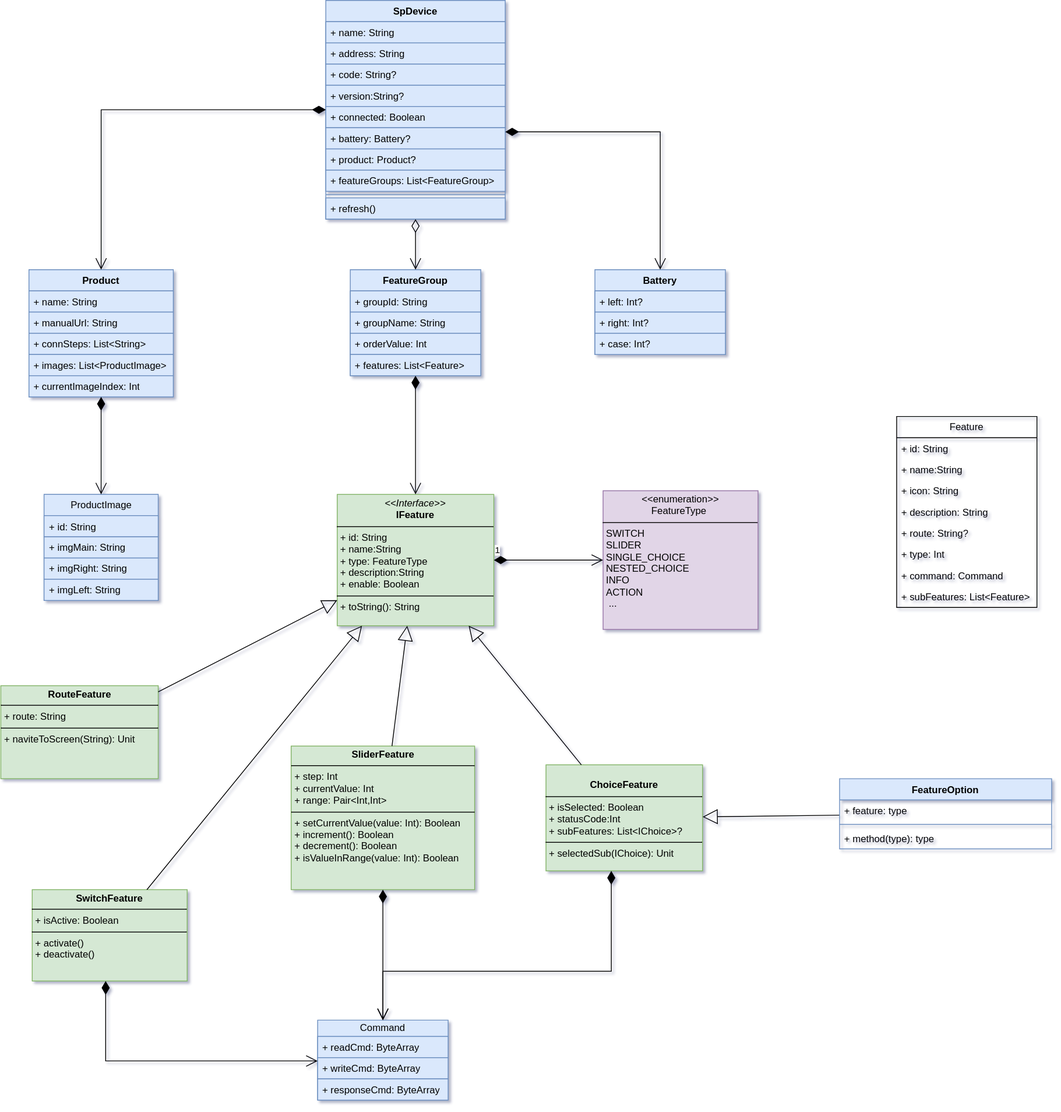
The draw.io diagram sp-device.drawio.svg in kekemao00/draw-libs, before a commit. Source tidied: cells renumbered, new cells last; positions are measured from the earlier drawing's top-left corner, leaving out a move shared by most shapes.
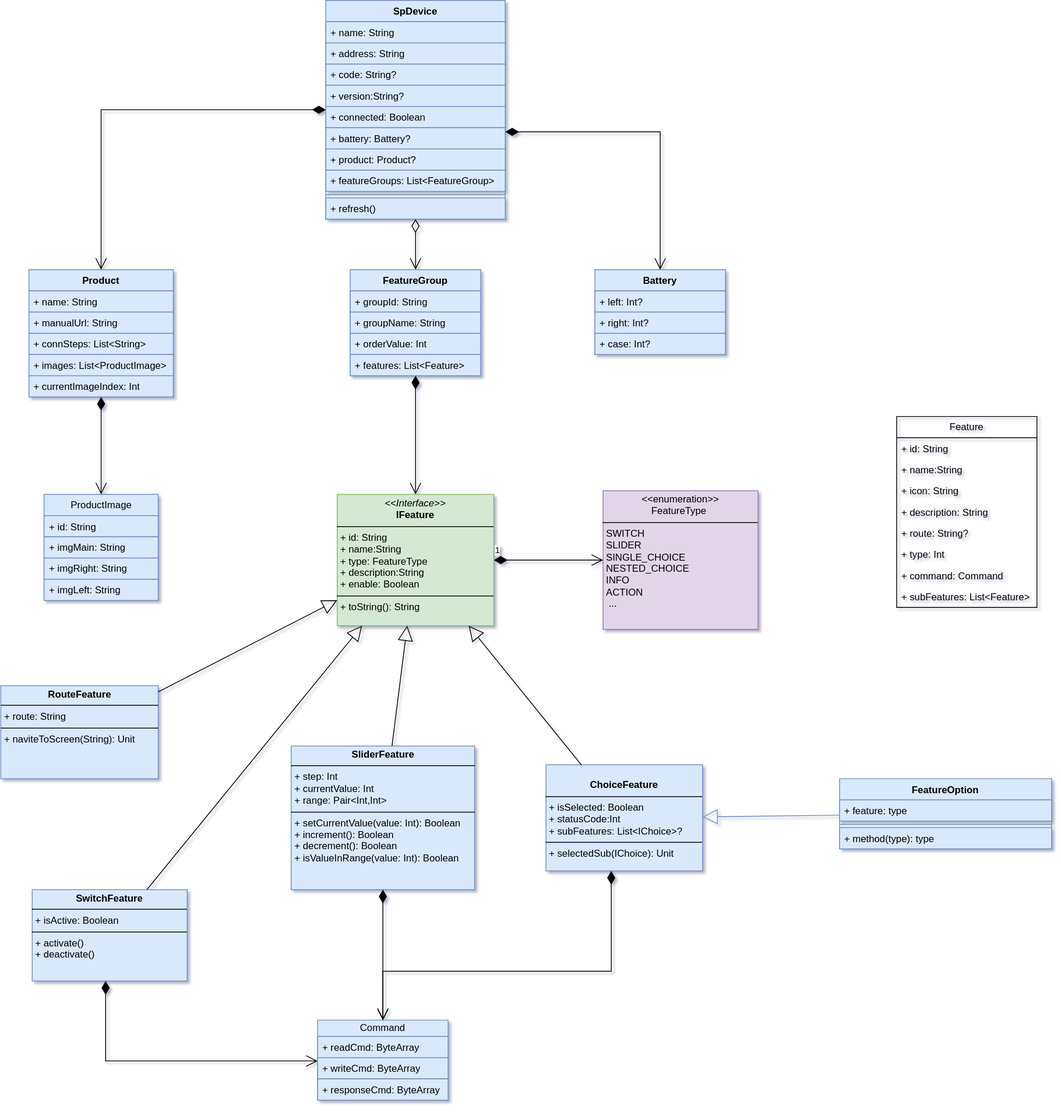
After the change.

Diff of the diagram source:
```diff
@@ -137,16 +137,16 @@
     <mxCell id="46" value="&lt;p style=&quot;margin:0px;margin-top:4px;text-align:center;&quot;&gt;&lt;i&gt;&amp;lt;&amp;lt;Interface&amp;gt;&amp;gt;&lt;/i&gt;&lt;br&gt;&lt;b&gt;IFeature&lt;/b&gt;&lt;/p&gt;&lt;hr size=&quot;1&quot; style=&quot;border-style:solid;&quot;&gt;&lt;p style=&quot;margin:0px;margin-left:4px;&quot;&gt;+ id: String&lt;br&gt;+ name:String&lt;br&gt;+ type:&amp;nbsp;&lt;span style=&quot;text-align: center;&quot;&gt;FeatureType&amp;nbsp;&lt;/span&gt;&lt;br&gt;+ description:String&lt;br&gt;+&amp;nbsp;enable: Boolean&lt;/p&gt;&lt;hr size=&quot;1&quot; style=&quot;border-style:solid;&quot;&gt;&lt;p style=&quot;margin:0px;margin-left:4px;&quot;&gt;+ toString(): String&lt;br&gt;&lt;/p&gt;" style="verticalAlign=top;align=left;overflow=fill;html=1;whiteSpace=wrap;fillColor=#d5e8d4;strokeColor=#82b366;" parent="1" vertex="1">
       <mxGeometry x="412" y="605.5" width="192" height="161" as="geometry" />
     </mxCell>
-    <mxCell id="47" value="&lt;p style=&quot;margin:0px;margin-top:4px;text-align:center;&quot;&gt;&lt;b&gt;RouteFeature&lt;/b&gt;&lt;/p&gt;&lt;hr size=&quot;1&quot; style=&quot;border-style:solid;&quot;&gt;&lt;p style=&quot;margin:0px;margin-left:4px;&quot;&gt;+ route: String&lt;/p&gt;&lt;hr size=&quot;1&quot; style=&quot;border-style:solid;&quot;&gt;&lt;p style=&quot;margin:0px;margin-left:4px;&quot;&gt;+ naviteToScreen(String): Unit&lt;br&gt;&lt;/p&gt;" style="verticalAlign=top;align=left;overflow=fill;html=1;whiteSpace=wrap;fillColor=#d5e8d4;strokeColor=#82b366;" parent="1" vertex="1">
+    <mxCell id="47" value="&lt;p style=&quot;margin:0px;margin-top:4px;text-align:center;&quot;&gt;&lt;b&gt;RouteFeature&lt;/b&gt;&lt;/p&gt;&lt;hr size=&quot;1&quot; style=&quot;border-style:solid;&quot;&gt;&lt;p style=&quot;margin:0px;margin-left:4px;&quot;&gt;+ route: String&lt;/p&gt;&lt;hr size=&quot;1&quot; style=&quot;border-style:solid;&quot;&gt;&lt;p style=&quot;margin:0px;margin-left:4px;&quot;&gt;+ naviteToScreen(String): Unit&lt;br&gt;&lt;/p&gt;" style="verticalAlign=top;align=left;overflow=fill;html=1;whiteSpace=wrap;fillColor=#dae8fc;strokeColor=#6c8ebf;" parent="1" vertex="1">
       <mxGeometry x="-0.5" y="840" width="193" height="114" as="geometry" />
     </mxCell>
-    <mxCell id="48" value="&lt;p style=&quot;margin:0px;margin-top:4px;text-align:center;&quot;&gt;&lt;br&gt;&lt;b&gt;ChoiceFeature&lt;/b&gt;&lt;/p&gt;&lt;hr size=&quot;1&quot; style=&quot;border-style:solid;&quot;&gt;&lt;p style=&quot;margin:0px;margin-left:4px;&quot;&gt;+ isSelected: Boolean&lt;br&gt;+ statusCode:Int&lt;br&gt;+ subFeatures: List&amp;lt;IChoice&amp;gt;?&lt;/p&gt;&lt;hr size=&quot;1&quot; style=&quot;border-style:solid;&quot;&gt;&lt;p style=&quot;margin:0px;margin-left:4px;&quot;&gt;+ selectedSub(IChoice): Unit&lt;br&gt;&lt;/p&gt;" style="verticalAlign=top;align=left;overflow=fill;html=1;whiteSpace=wrap;fillColor=#d5e8d4;strokeColor=#82b366;" parent="1" vertex="1">
+    <mxCell id="48" value="&lt;p style=&quot;margin:0px;margin-top:4px;text-align:center;&quot;&gt;&lt;br&gt;&lt;b&gt;ChoiceFeature&lt;/b&gt;&lt;/p&gt;&lt;hr size=&quot;1&quot; style=&quot;border-style:solid;&quot;&gt;&lt;p style=&quot;margin:0px;margin-left:4px;&quot;&gt;+ isSelected: Boolean&lt;br&gt;+ statusCode:Int&lt;br&gt;+ subFeatures: List&amp;lt;IChoice&amp;gt;?&lt;/p&gt;&lt;hr size=&quot;1&quot; style=&quot;border-style:solid;&quot;&gt;&lt;p style=&quot;margin:0px;margin-left:4px;&quot;&gt;+ selectedSub(IChoice): Unit&lt;br&gt;&lt;/p&gt;" style="verticalAlign=top;align=left;overflow=fill;html=1;whiteSpace=wrap;fillColor=#dae8fc;strokeColor=#6c8ebf;" parent="1" vertex="1">
       <mxGeometry x="668" y="937" width="192" height="130" as="geometry" />
     </mxCell>
-    <mxCell id="49" value="&lt;p style=&quot;margin:0px;margin-top:4px;text-align:center;&quot;&gt;&lt;b&gt;SwitchFeature&lt;/b&gt;&lt;/p&gt;&lt;hr size=&quot;1&quot; style=&quot;border-style:solid;&quot;&gt;&lt;p style=&quot;margin:0px;margin-left:4px;&quot;&gt;+ isActive: Boolean&lt;br&gt;&lt;/p&gt;&lt;hr size=&quot;1&quot; style=&quot;border-style:solid;&quot;&gt;&lt;p style=&quot;margin:0px;margin-left:4px;&quot;&gt;+ activate()&lt;br&gt;+ deactivate()&lt;/p&gt;" style="verticalAlign=top;align=left;overflow=fill;html=1;whiteSpace=wrap;fillColor=#d5e8d4;strokeColor=#82b366;" parent="1" vertex="1">
+    <mxCell id="49" value="&lt;p style=&quot;margin:0px;margin-top:4px;text-align:center;&quot;&gt;&lt;b&gt;SwitchFeature&lt;/b&gt;&lt;/p&gt;&lt;hr size=&quot;1&quot; style=&quot;border-style:solid;&quot;&gt;&lt;p style=&quot;margin:0px;margin-left:4px;&quot;&gt;+ isActive: Boolean&lt;br&gt;&lt;/p&gt;&lt;hr size=&quot;1&quot; style=&quot;border-style:solid;&quot;&gt;&lt;p style=&quot;margin:0px;margin-left:4px;&quot;&gt;+ activate()&lt;br&gt;+ deactivate()&lt;/p&gt;" style="verticalAlign=top;align=left;overflow=fill;html=1;whiteSpace=wrap;fillColor=#dae8fc;strokeColor=#6c8ebf;" parent="1" vertex="1">
       <mxGeometry x="38" y="1090" width="190" height="112" as="geometry" />
     </mxCell>
-    <mxCell id="50" value="&lt;p style=&quot;margin:0px;margin-top:4px;text-align:center;&quot;&gt;&lt;b&gt;SliderFeature&lt;/b&gt;&lt;/p&gt;&lt;hr size=&quot;1&quot; style=&quot;border-style:solid;&quot;&gt;&lt;p style=&quot;margin:0px;margin-left:4px;&quot;&gt;+&amp;nbsp;step: Int&lt;br&gt;+&amp;nbsp;currentValue: Int&lt;br&gt;+ range: Pair&amp;lt;Int,Int&amp;gt;&lt;/p&gt;&lt;hr size=&quot;1&quot; style=&quot;border-style:solid;&quot;&gt;&lt;p style=&quot;margin:0px;margin-left:4px;&quot;&gt;+ setCurrentValue(value: Int): Boolean&lt;/p&gt;&lt;p style=&quot;margin:0px;margin-left:4px;&quot;&gt;+ increment(): Boolean&lt;/p&gt;&lt;p style=&quot;margin:0px;margin-left:4px;&quot;&gt;+ decrement(): Boolean&lt;/p&gt;&lt;p style=&quot;margin:0px;margin-left:4px;&quot;&gt;+ isValueInRange(value: Int): Boolean&lt;/p&gt;" style="verticalAlign=top;align=left;overflow=fill;html=1;whiteSpace=wrap;fillColor=#d5e8d4;strokeColor=#82b366;" parent="1" vertex="1">
+    <mxCell id="50" value="&lt;p style=&quot;margin:0px;margin-top:4px;text-align:center;&quot;&gt;&lt;b&gt;SliderFeature&lt;/b&gt;&lt;/p&gt;&lt;hr size=&quot;1&quot; style=&quot;border-style:solid;&quot;&gt;&lt;p style=&quot;margin:0px;margin-left:4px;&quot;&gt;+&amp;nbsp;step: Int&lt;br&gt;+&amp;nbsp;currentValue: Int&lt;br&gt;+ range: Pair&amp;lt;Int,Int&amp;gt;&lt;/p&gt;&lt;hr size=&quot;1&quot; style=&quot;border-style:solid;&quot;&gt;&lt;p style=&quot;margin:0px;margin-left:4px;&quot;&gt;+ setCurrentValue(value: Int): Boolean&lt;/p&gt;&lt;p style=&quot;margin:0px;margin-left:4px;&quot;&gt;+ increment(): Boolean&lt;/p&gt;&lt;p style=&quot;margin:0px;margin-left:4px;&quot;&gt;+ decrement(): Boolean&lt;/p&gt;&lt;p style=&quot;margin:0px;margin-left:4px;&quot;&gt;+ isValueInRange(value: Int): Boolean&lt;/p&gt;" style="verticalAlign=top;align=left;overflow=fill;html=1;whiteSpace=wrap;fillColor=#dae8fc;strokeColor=#6c8ebf;" parent="1" vertex="1">
       <mxGeometry x="355.5" y="914" width="225" height="176" as="geometry" />
     </mxCell>
     <mxCell id="51" style="endArrow=open;html=1;endSize=12;startArrow=diamondThin;startSize=14;startFill=1;edgeStyle=orthogonalEdgeStyle;align=left;verticalAlign=bottom;rounded=0;" parent="1" edge="1" source="2" target="13">
@@ -178,7 +178,7 @@
     <mxCell id="58" style="endArrow=block;endSize=16;endFill=0;html=1;rounded=0;" parent="1" edge="1" source="50" target="46">
       <mxGeometry x="0.01" relative="1" as="geometry" />
     </mxCell>
-    <mxCell id="59" style="endArrow=block;endSize=16;endFill=0;html=1;rounded=0;" parent="1" edge="1" source="66" target="48">
+    <mxCell id="59" style="endArrow=block;endSize=16;endFill=0;html=1;rounded=0;fillColor=#dae8fc;strokeColor=#6c8ebf;" parent="1" edge="1" source="66" target="48">
       <mxGeometry relative="1" as="geometry" />
     </mxCell>
     <mxCell id="60" style="endArrow=block;endSize=16;endFill=0;html=1;rounded=0;" parent="1" edge="1" source="48" target="46">
@@ -216,13 +216,13 @@
     <mxCell id="66" value="FeatureOption" style="swimlane;fontStyle=1;align=center;verticalAlign=top;horizontal=1;startSize=26;whiteSpace=wrap;html=1;fillColor=#dae8fc;strokeColor=#6c8ebf;" parent="1" vertex="1">
       <mxGeometry x="1028" y="954" width="260" height="86" as="geometry" />
     </mxCell>
-    <mxCell id="67" value="+&amp;nbsp;feature: type" style="text;strokeColor=none;fillColor=none;align=left;verticalAlign=top;spacingLeft=4;spacingRight=4;overflow=hidden;whiteSpace=wrap;html=1;" parent="66" vertex="1">
+    <mxCell id="67" value="+&amp;nbsp;feature: type" style="text;strokeColor=#6c8ebf;fillColor=#dae8fc;align=left;verticalAlign=top;spacingLeft=4;spacingRight=4;overflow=hidden;whiteSpace=wrap;html=1;" parent="66" vertex="1">
       <mxGeometry y="26" width="260" height="26" as="geometry" />
     </mxCell>
-    <mxCell id="68" style="line;strokeWidth=1;fillColor=none;align=left;verticalAlign=middle;spacingTop=-1;spacingLeft=3;spacingRight=3;labelPosition=right;strokeColor=inherit;" parent="66" vertex="1">
+    <mxCell id="68" style="line;strokeWidth=1;fillColor=#dae8fc;align=left;verticalAlign=middle;spacingTop=-1;spacingLeft=3;spacingRight=3;labelPosition=right;strokeColor=#6c8ebf;" parent="66" vertex="1">
       <mxGeometry y="52" width="260" height="8" as="geometry" />
     </mxCell>
-    <mxCell id="69" value="+ method(type): type" style="text;strokeColor=none;fillColor=none;align=left;verticalAlign=top;spacingLeft=4;spacingRight=4;overflow=hidden;whiteSpace=wrap;html=1;" parent="66" vertex="1">
+    <mxCell id="69" value="+ method(type): type" style="text;strokeColor=#6c8ebf;fillColor=#dae8fc;align=left;verticalAlign=top;spacingLeft=4;spacingRight=4;overflow=hidden;whiteSpace=wrap;html=1;" parent="66" vertex="1">
       <mxGeometry y="60" width="260" height="26" as="geometry" />
     </mxCell>
   </root>
```
